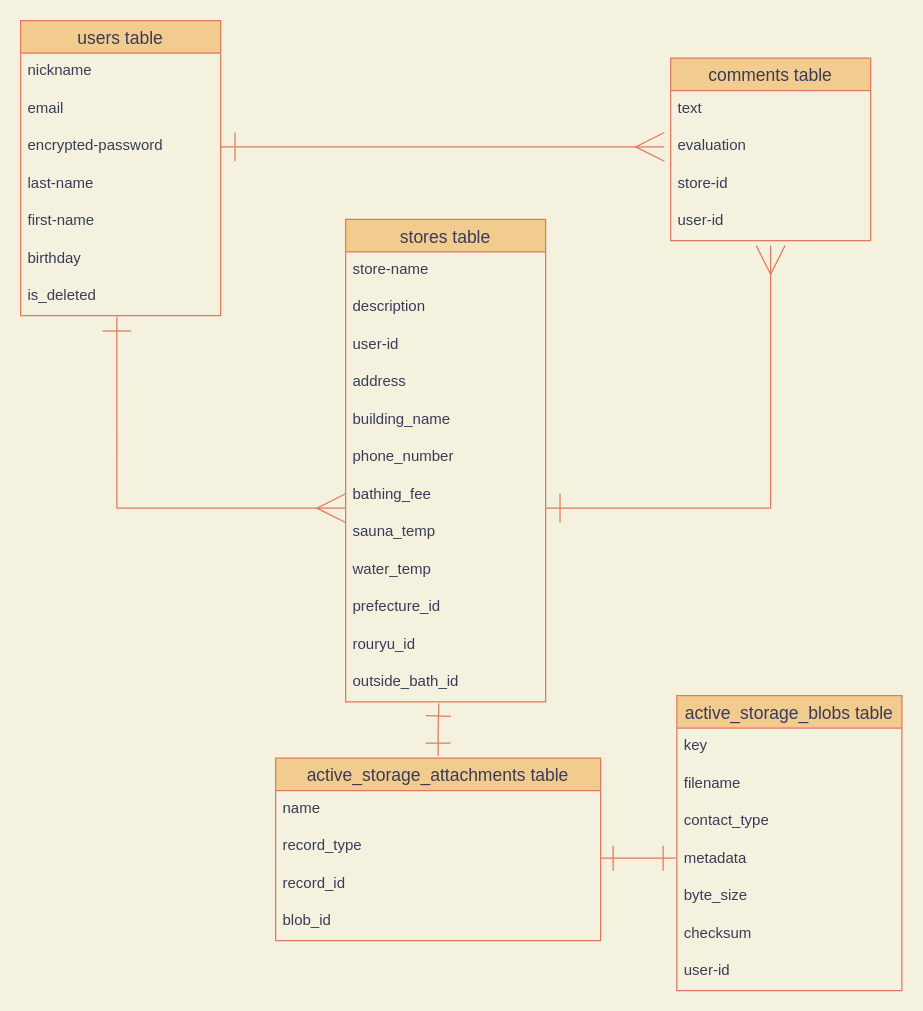
The draw.io diagram sauna.dio in ft529y/sauna-36416, before the edit. Source tidied: cells renumbered, new cells numbered last; positions are measured from the earlier drawing's top-left corner, leaving out a move shared by most shapes. Both pictures are drawn from the tidied source at 125%, with x=0, y=0 at pixel (20, 20).
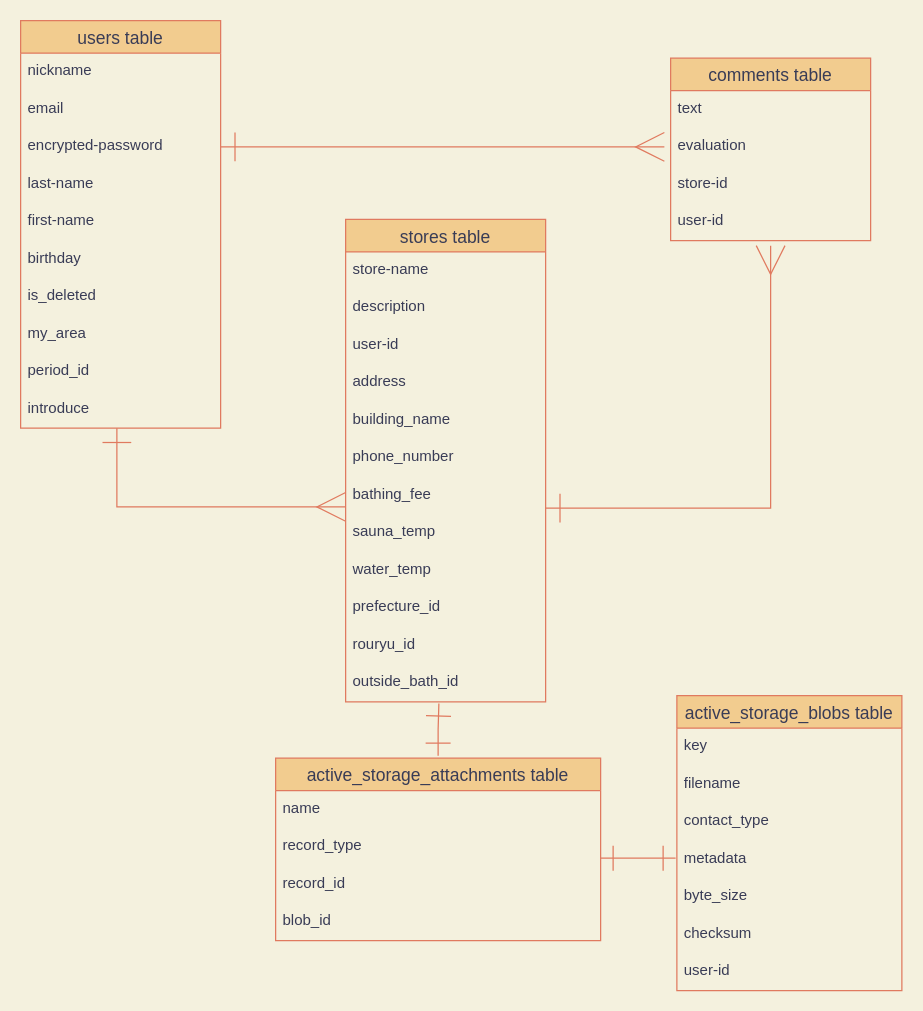
The same diagram, later.

Diff of the diagram source:
```diff
@@
     <mxCell id="2" value="users table" style="swimlane;fontStyle=0;horizontal=1;startSize=26;align=center;fontSize=14;fillColor=#F2CC8F;strokeColor=#E07A5F;fontColor=#393C56;" parent="1" vertex="1">
-      <mxGeometry width="160" height="236" as="geometry" />
+      <mxGeometry width="160" height="326" as="geometry" />
     </mxCell>
@@
+    <mxCell id="46" value="is_deleted" style="text;strokeColor=none;fillColor=none;spacingLeft=4;spacingRight=4;overflow=hidden;fontSize=12;fontColor=#393C56;" parent="2" vertex="1">
+      <mxGeometry y="206" width="160" height="30" as="geometry" />
+    </mxCell>
+    <mxCell id="47" value="my_area" style="text;strokeColor=none;fillColor=none;spacingLeft=4;spacingRight=4;overflow=hidden;fontSize=12;fontColor=#393C56;" parent="2" vertex="1">
+      <mxGeometry y="236" width="160" height="30" as="geometry" />
+    </mxCell>
+    <mxCell id="48" value="period_id  " style="text;strokeColor=none;fillColor=none;spacingLeft=4;spacingRight=4;overflow=hidden;fontSize=12;fontColor=#393C56;" parent="2" vertex="1">
+      <mxGeometry y="266" width="160" height="30" as="geometry" />
+    </mxCell>
-    <mxCell id="9" value="is_deleted" style="text;strokeColor=none;fillColor=none;spacingLeft=4;spacingRight=4;overflow=hidden;points=[[0,0.5],[1,0.5]];portConstraint=eastwest;fontSize=12;fontColor=#393C56;" parent="2" vertex="1">
-      <mxGeometry y="206" width="160" height="30" as="geometry" />
+    <mxCell id="9" value="introduce" style="text;strokeColor=none;fillColor=none;spacingLeft=4;spacingRight=4;overflow=hidden;points=[[0,0.5],[1,0.5]];portConstraint=eastwest;fontSize=12;fontColor=#393C56;" parent="2" vertex="1">
+      <mxGeometry y="296" width="160" height="30" as="geometry" />
     </mxCell>
@@
-    <mxCell id="29" style="edgeStyle=orthogonalEdgeStyle;rounded=0;jettySize=auto;html=1;targetPerimeterSpacing=6;sourcePerimeterSpacing=6;endSize=21;startSize=21;endArrow=ERone;endFill=0;startArrow=ERmany;startFill=0;entryX=0.481;entryY=1.028;entryDx=0;entryDy=0;entryPerimeter=0;labelBackgroundColor=#F4F1DE;strokeColor=#E07A5F;fontColor=#393C56;" parent="1" edge="1" target="9">
+    <mxCell id="29" style="edgeStyle=orthogonalEdgeStyle;rounded=0;orthogonalLoop=1;jettySize=auto;html=1;targetPerimeterSpacing=6;sourcePerimeterSpacing=6;endSize=21;startSize=21;endArrow=ERone;endFill=0;startArrow=ERmany;startFill=0;labelBackgroundColor=#F4F1DE;strokeColor=#E07A5F;fontColor=#393C56;" parent="1" edge="1">
       <mxGeometry relative="1" as="geometry">
-        <mxPoint x="260" y="390" as="sourcePoint" />
+        <mxPoint x="260" y="389" as="sourcePoint" />
+        <mxPoint x="77" y="326" as="targetPoint" />
         <Array as="points">
-          <mxPoint x="260" y="390" />
-          <mxPoint x="77" y="390" />
+          <mxPoint x="260" y="389" />
+          <mxPoint x="77" y="389" />
         </Array>
       </mxGeometry>
     </mxCell>
```
